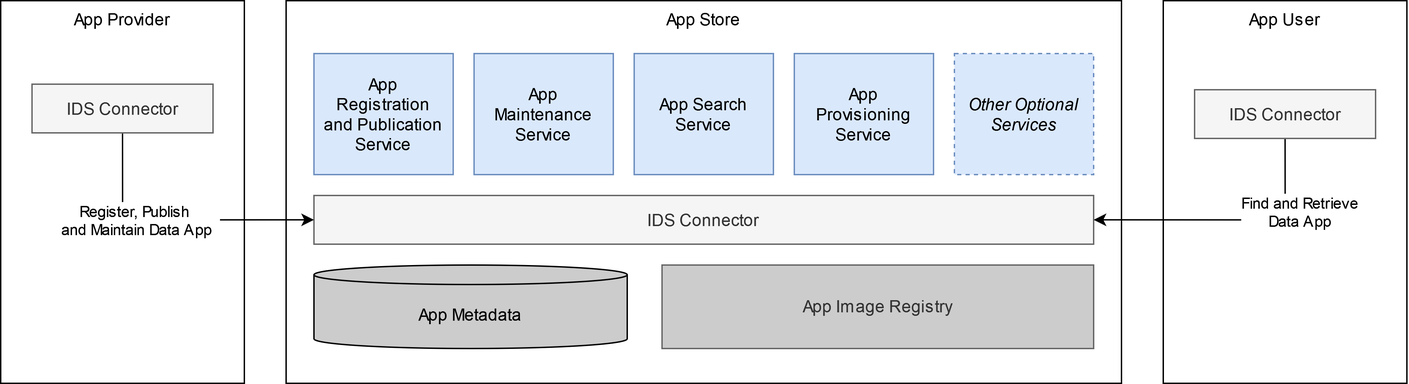
Earlier version of the draw.io export documentation/3_Layers_of_the_Reference_Architecture_Model/3_5_System_Layer/media/app-store-architecture.png (International-Data-Spaces-Association/IDS-RAM_4_0). Source tidied: cells renumbered, new cells last; positions are measured from the earlier drawing's top-left corner, leaving out a move shared by most shapes.
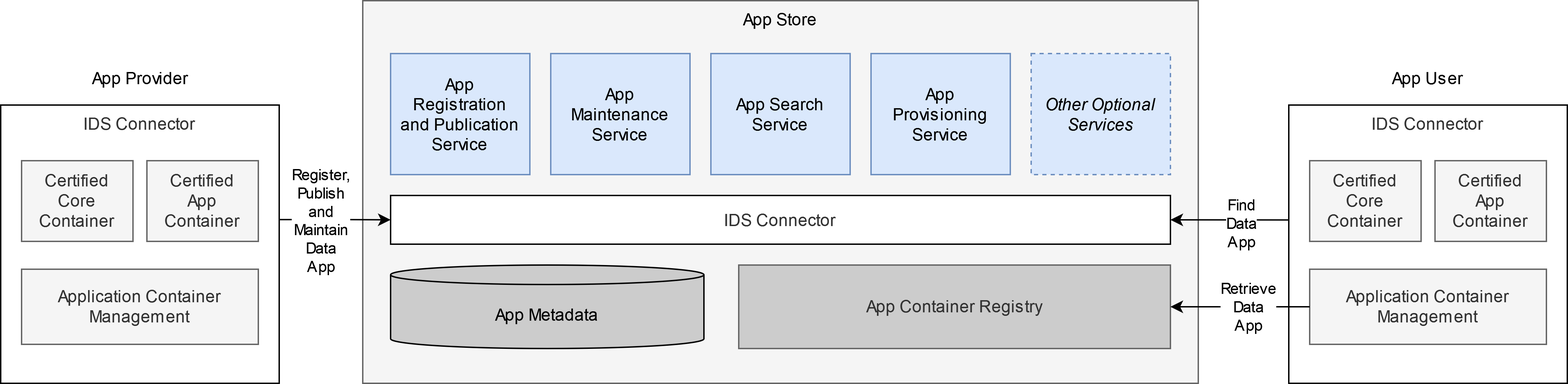
The same diagram one commit later.

Commit message:
Update app store architecture

Based on feedback by Christoph Quix:
- Change "App Image Registry" to "App Container Registry"
- Add "App Container Management" to app user connector
- Change background colors

What changed in the source:
```diff
@@ -2,16 +2,13 @@
   <root>
     <mxCell id="0" />
     <mxCell id="1" parent="0" />
-    <mxCell id="2" value="App Provider" style="rounded=0;whiteSpace=wrap;html=1;verticalAlign=top;" parent="1" vertex="1">
-      <mxGeometry width="175" height="275" as="geometry" />
-    </mxCell>
-    <mxCell id="3" value="App Store" style="rounded=0;whiteSpace=wrap;html=1;verticalAlign=top;" parent="1" vertex="1">
+    <mxCell id="3" value="App Store" style="rounded=0;whiteSpace=wrap;html=1;verticalAlign=top;fillColor=#F5F5F5;strokeColor=#666666;" parent="1" vertex="1">
       <mxGeometry x="205" width="600" height="275" as="geometry" />
     </mxCell>
-    <mxCell id="4" value="App Image Registry" style="rounded=0;whiteSpace=wrap;html=1;fillColor=#CCCCCC;strokeColor=#666666;fontColor=#333333;" parent="1" vertex="1">
+    <mxCell id="4" value="App Container Registry" style="rounded=0;whiteSpace=wrap;html=1;fillColor=#CCCCCC;strokeColor=#666666;fontColor=#333333;" parent="1" vertex="1">
       <mxGeometry x="475" y="190" width="310" height="60" as="geometry" />
     </mxCell>
-    <mxCell id="5" value="IDS Connector" style="rounded=0;whiteSpace=wrap;html=1;fillColor=#f5f5f5;fontColor=#333333;strokeColor=#666666;" parent="1" vertex="1">
+    <mxCell id="5" value="IDS Connector" style="rounded=0;whiteSpace=wrap;html=1;fillColor=#FFFFFF;fontColor=#333333;strokeColor=#000000;" parent="1" vertex="1">
       <mxGeometry x="225" y="140" width="560" height="35" as="geometry" />
     </mxCell>
     <mxCell id="6" value="&lt;div&gt;App&lt;/div&gt;&lt;div&gt;Registration&lt;/div&gt;&lt;div&gt;and Publication Service&lt;/div&gt;" style="rounded=0;whiteSpace=wrap;html=1;fillColor=#dae8fc;strokeColor=#6c8ebf;" parent="1" vertex="1">
@@ -23,7 +20,7 @@
     <mxCell id="8" value="App Search Service" style="rounded=0;whiteSpace=wrap;html=1;fillColor=#dae8fc;strokeColor=#6c8ebf;" parent="1" vertex="1">
       <mxGeometry x="455" y="38" width="100" height="87" as="geometry" />
     </mxCell>
-    <mxCell id="9" value="&lt;div&gt;App&lt;/div&gt;&lt;div&gt;Provisioning Service&lt;/div&gt;" style="rounded=0;whiteSpace=wrap;html=1;fillColor=#dae8fc;strokeColor=#6c8ebf;" parent="1" vertex="1">
+    <mxCell id="9" value="&lt;div&gt;App&lt;/div&gt;&lt;div&gt;Provisioning Service&lt;/div&gt;" style="rounded=0;whiteSpace=wrap;html=1;fillColor=#DAE8FC;strokeColor=#6C8EBF;" parent="1" vertex="1">
       <mxGeometry x="570" y="38" width="100" height="87" as="geometry" />
     </mxCell>
     <mxCell id="10" value="Other Optional Services" style="rounded=0;whiteSpace=wrap;html=1;fillColor=#dae8fc;strokeColor=#6c8ebf;dashed=1;fontStyle=2;" parent="1" vertex="1">
@@ -32,27 +29,57 @@
     <mxCell id="11" value="App Metadata" style="shape=cylinder3;whiteSpace=wrap;html=1;boundedLbl=1;backgroundOutline=1;size=7;fillColor=#CCCCCC;" parent="1" vertex="1">
       <mxGeometry x="225" y="190" width="225" height="60" as="geometry" />
     </mxCell>
+    <mxCell id="16" value="&lt;div&gt;Find&lt;/div&gt;&lt;div&gt;Data&lt;/div&gt;&lt;div&gt;App&lt;/div&gt;" style="rounded=0;jettySize=auto;html=1;entryX=1;entryY=0.5;entryDx=0;entryDy=0;exitX=0.001;exitY=0.413;exitDx=0;exitDy=0;exitPerimeter=0;" parent="1" edge="1" source="17" target="5">
+      <mxGeometry x="-0.2" y="2" relative="1" as="geometry" />
+    </mxCell>
+    <mxCell id="15" value="App User" style="text;html=1;align=center;verticalAlign=middle;whiteSpace=wrap;rounded=0;fillColor=default;" parent="1" vertex="1">
+      <mxGeometry x="940" y="41" width="60" height="30" as="geometry" />
+    </mxCell>
+    <mxCell id="2" value="App Provider" style="text;html=1;align=center;verticalAlign=middle;whiteSpace=wrap;rounded=0;fillColor=default;" parent="1" vertex="1">
+      <mxGeometry x="-2.5" y="41" width="95" height="30" as="geometry" />
+    </mxCell>
-    <mxCell id="12" style="edgeStyle=orthogonalEdgeStyle;rounded=0;jettySize=auto;html=1;entryX=0;entryY=0.5;entryDx=0;entryDy=0;exitX=0.5;exitY=1;exitDx=0;exitDy=0;" parent="1" edge="1" source="14" target="5">
-      <mxGeometry relative="1" as="geometry" />
+    <mxCell id="12" style="edgeStyle=orthogonalEdgeStyle;rounded=0;jettySize=auto;html=1;entryX=0;entryY=0.5;entryDx=0;entryDy=0;exitX=1.002;exitY=0.364;exitDx=0;exitDy=0;exitPerimeter=0;" parent="1" edge="1" target="5">
+      <mxGeometry relative="1" as="geometry">
+        <mxPoint x="145.4" y="157.3" as="sourcePoint" />
+      </mxGeometry>
     </mxCell>
-    <mxCell id="13" value="&lt;div&gt;Register, Publish&lt;/div&gt;&lt;div&gt;&amp;nbsp;&amp;nbsp; and Maintain Data App&amp;nbsp;&amp;nbsp; &lt;br&gt;&lt;/div&gt;" style="edgeLabel;html=1;align=center;verticalAlign=middle;" parent="12" vertex="1">
+    <mxCell id="13" value="&lt;div&gt;Register,&lt;/div&gt;&lt;div&gt;Publish&lt;/div&gt;&lt;div&gt;and&lt;/div&gt;&lt;div&gt;Maintain&lt;/div&gt;&lt;div&gt;Data&lt;/div&gt;&lt;div&gt;App&lt;br&gt;&lt;/div&gt;" style="edgeLabel;html=1;align=center;verticalAlign=middle;" parent="12" vertex="1">
       <mxGeometry x="-0.19" y="-1" relative="1" as="geometry">
-        <mxPoint x="-11" y="-1" as="offset" />
+        <mxPoint x="-3" y="-1" as="offset" />
       </mxGeometry>
     </mxCell>
+    <mxCell id="18" style="group;" parent="1" vertex="1">
+      <mxGeometry x="870" y="80" width="200" height="195" as="geometry" />
+    </mxCell>
+    <mxCell id="17" value="IDS Connector" style="rounded=0;whiteSpace=wrap;html=1;fillColor=#FFFFFF;fontColor=#333333;strokeColor=#000000;horizontal=1;verticalAlign=top;" parent="18" vertex="1">
+      <mxGeometry y="-5" width="200" height="200" as="geometry" />
+    </mxCell>
+    <mxCell id="19" value="Application Container Management" style="rounded=0;whiteSpace=wrap;html=1;fillColor=#f5f5f5;fontColor=#333333;strokeColor=#666666;" parent="18" vertex="1">
+      <mxGeometry x="15" y="113" width="170" height="54" as="geometry" />
+    </mxCell>
+    <mxCell id="20" value="&lt;div&gt;Certified&lt;/div&gt;&lt;div&gt;App&lt;/div&gt;&lt;div&gt;Container&lt;/div&gt;" style="rounded=0;whiteSpace=wrap;html=1;verticalAlign=middle;fillColor=#f5f5f5;fontColor=#333333;strokeColor=#666666;" parent="18" vertex="1">
+      <mxGeometry x="105" y="35" width="80" height="58" as="geometry" />
+    </mxCell>
+    <mxCell id="21" value="&lt;div&gt;Certified&lt;/div&gt;&lt;div&gt;Core Container&lt;/div&gt;" style="rounded=0;whiteSpace=wrap;html=1;verticalAlign=middle;fillColor=#f5f5f5;fontColor=#333333;strokeColor=#666666;" parent="18" vertex="1">
+      <mxGeometry x="15" y="35" width="80" height="58" as="geometry" />
+    </mxCell>
+    <mxCell id="22" style="group;" parent="1" vertex="1">
+      <mxGeometry x="-55" y="80" width="200" height="195" as="geometry" />
+    </mxCell>
-    <mxCell id="14" value="IDS Connector" style="rounded=0;whiteSpace=wrap;html=1;fillColor=#f5f5f5;fontColor=#333333;strokeColor=#666666;" parent="1" vertex="1">
-      <mxGeometry x="22.5" y="60" width="130" height="35" as="geometry" />
+    <mxCell id="14" value="IDS Connector" style="rounded=0;whiteSpace=wrap;html=1;fillColor=#FFFFFF;fontColor=#333333;strokeColor=#000000;horizontal=1;verticalAlign=top;" parent="22" vertex="1">
+      <mxGeometry y="-5" width="200" height="200" as="geometry" />
     </mxCell>
-    <mxCell id="15" value="App User" style="rounded=0;whiteSpace=wrap;html=1;verticalAlign=top;" parent="1" vertex="1">
-      <mxGeometry x="835" width="175" height="275" as="geometry" />
-    </mxCell>
-    <mxCell id="16" value="&lt;div&gt;Find and Retrieve&lt;/div&gt;&lt;div&gt;Data App&lt;/div&gt;" style="edgeStyle=orthogonalEdgeStyle;rounded=0;jettySize=auto;html=1;entryX=1;entryY=0.5;entryDx=0;entryDy=0;exitX=0.5;exitY=1;exitDx=0;exitDy=0;" parent="1" edge="1" source="17" target="5">
-      <mxGeometry x="-0.41" y="5" relative="1" as="geometry">
-        <mxPoint x="5" y="-5" as="offset" />
-      </mxGeometry>
-    </mxCell>
-    <mxCell id="17" value="IDS Connector" style="rounded=0;whiteSpace=wrap;html=1;fillColor=#f5f5f5;fontColor=#333333;strokeColor=#666666;" parent="1" vertex="1">
-      <mxGeometry x="857.5" y="64" width="130" height="35" as="geometry" />
-    </mxCell>
+    <mxCell id="23" value="Application Container Management" style="rounded=0;whiteSpace=wrap;html=1;fillColor=#f5f5f5;fontColor=#333333;strokeColor=#666666;" parent="22" vertex="1">
+      <mxGeometry x="15" y="113" width="170" height="54" as="geometry" />
+    </mxCell>
+    <mxCell id="24" value="&lt;div&gt;Certified&lt;/div&gt;&lt;div&gt;App&lt;/div&gt;&lt;div&gt;Container&lt;/div&gt;" style="rounded=0;whiteSpace=wrap;html=1;verticalAlign=middle;fillColor=#f5f5f5;fontColor=#333333;strokeColor=#666666;" parent="22" vertex="1">
+      <mxGeometry x="105" y="35" width="80" height="58" as="geometry" />
+    </mxCell>
+    <mxCell id="25" value="&lt;div&gt;Certified&lt;/div&gt;&lt;div&gt;Core Container&lt;/div&gt;" style="rounded=0;whiteSpace=wrap;html=1;verticalAlign=middle;fillColor=#f5f5f5;fontColor=#333333;strokeColor=#666666;" parent="22" vertex="1">
+      <mxGeometry x="15" y="35" width="80" height="58" as="geometry" />
+    </mxCell>
+    <mxCell id="26" value="&lt;div&gt;Retrieve&lt;/div&gt;&lt;div&gt;Data&lt;/div&gt;&lt;div&gt;App&lt;/div&gt;" style="rounded=0;jettySize=auto;html=1;entryX=1;entryY=0.5;entryDx=0;entryDy=0;" parent="1" edge="1" source="19" target="4">
+      <mxGeometry x="-0.11" relative="1" as="geometry" />
+    </mxCell>
   </root>
 </mxGraphModel>
```
